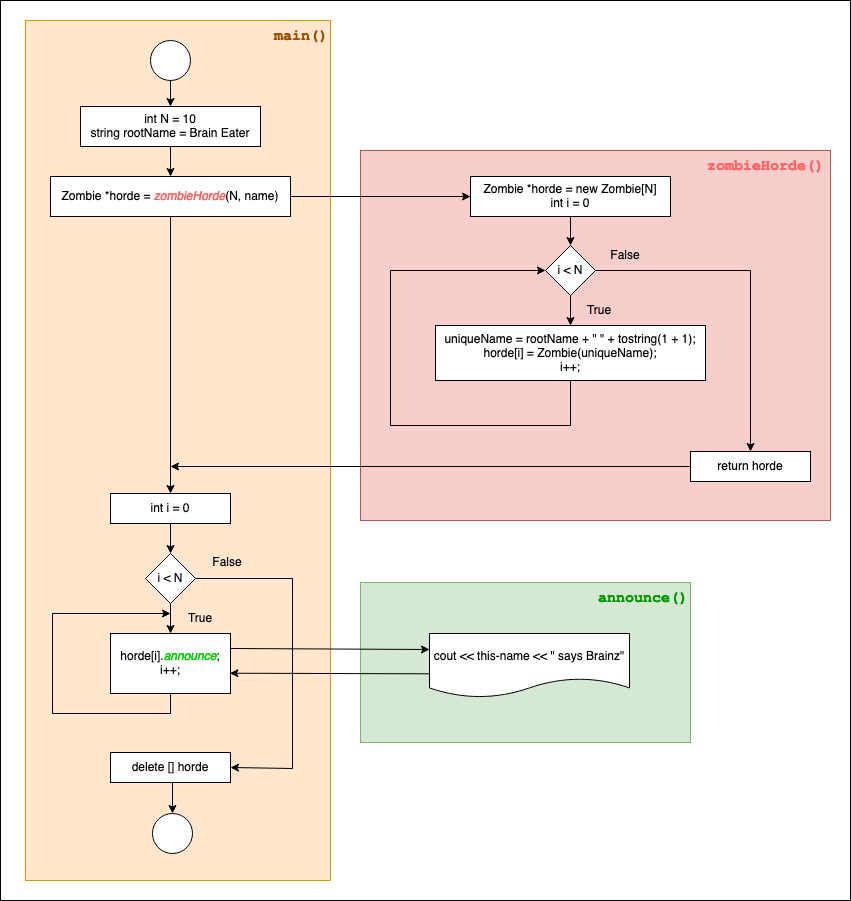
Before: cpp_01/ex01/assets/cpp01_ex01.png, a diagram exported from draw.io (ccg-v/cpp_modules). Source tidied: cells renumbered, new cells last; positions are measured from the earlier drawing's top-left corner, leaving out a move shared by most shapes.
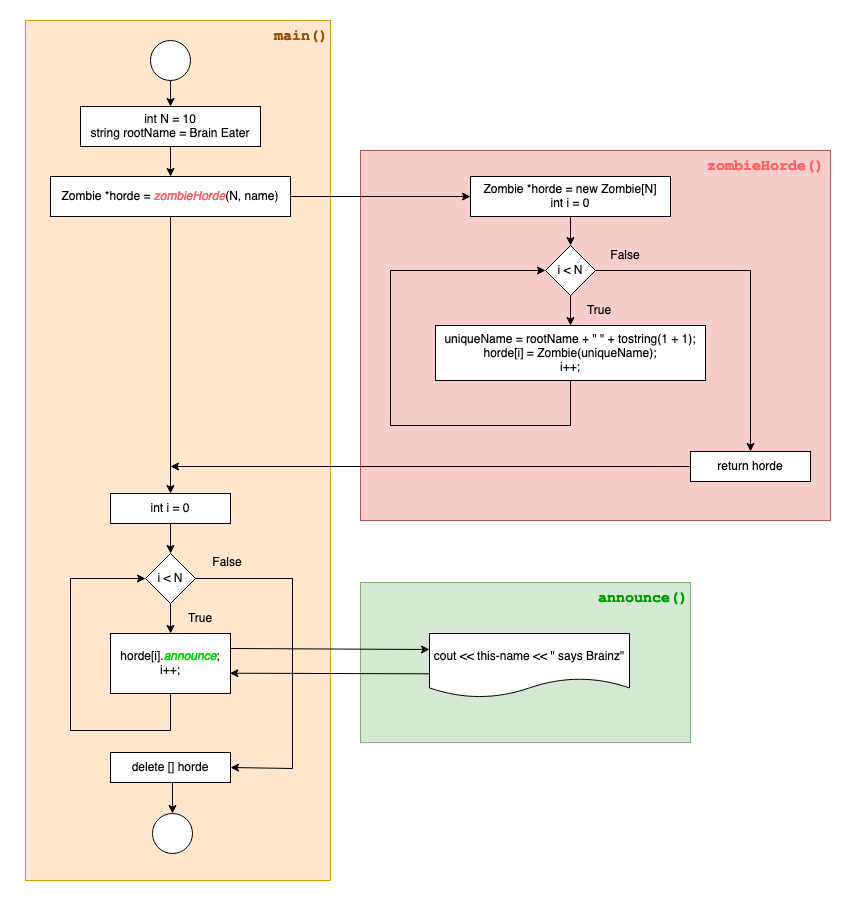
After the commit.

Commit message:
cpp01 - ex01: asset modified

Change to the diagram source:
```diff
@@ -5,7 +5,7 @@
     <mxCell id="2" style="rounded=0;whiteSpace=wrap;html=1;fillColor=#ffe6cc;strokeColor=#d79b00;" parent="1" vertex="1">
       <mxGeometry x="25" y="20" width="305" height="860" as="geometry" />
     </mxCell>
-    <mxCell id="3" style="rounded=0;whiteSpace=wrap;html=1;fillColor=none;" parent="1" vertex="1">
+    <mxCell id="3" style="rounded=0;whiteSpace=wrap;html=1;fillColor=none;strokeColor=none;" parent="1" vertex="1">
       <mxGeometry width="850" height="900" as="geometry" />
     </mxCell>
     <mxCell id="4" style="rounded=0;whiteSpace=wrap;html=1;fillColor=#d5e8d4;strokeColor=#82b366;" parent="1" vertex="1">
@@ -90,16 +90,15 @@
     <mxCell id="26" value="i &amp;lt; N" style="rhombus;whiteSpace=wrap;html=1;" parent="1" vertex="1">
       <mxGeometry x="145" y="553" width="50" height="50" as="geometry" />
     </mxCell>
-    <mxCell id="27" style="edgeStyle=orthogonalEdgeStyle;rounded=0;jettySize=auto;html=1;exitX=0.5;exitY=1;exitDx=0;exitDy=0;" parent="1" edge="1" source="28">
-      <mxGeometry relative="1" as="geometry">
-        <mxPoint x="170" y="613" as="targetPoint" />
-        <Array as="points">
-          <mxPoint x="170" y="713" />
-          <mxPoint x="52" y="713" />
-          <mxPoint x="52" y="613" />
-        </Array>
-      </mxGeometry>
-    </mxCell>
+    <mxCell id="42" style="edgeStyle=orthogonalEdgeStyle;rounded=0;jettySize=auto;html=1;entryX=0;entryY=0.5;entryDx=0;entryDy=0;" parent="1" edge="1" source="28" target="26">
+      <mxGeometry relative="1" as="geometry">
+        <Array as="points">
+          <mxPoint x="170" y="730" />
+          <mxPoint x="70" y="730" />
+          <mxPoint x="70" y="578" />
+        </Array>
+      </mxGeometry>
+    </mxCell>
     <mxCell id="28" value="&lt;div&gt;horde[i].&lt;i&gt;&lt;font color=&quot;#00cc00&quot;&gt;announce&lt;/font&gt;&lt;/i&gt;;&lt;/div&gt;&lt;div&gt;i++;&lt;br&gt;&lt;/div&gt;" style="rounded=0;whiteSpace=wrap;html=1;" parent="1" vertex="1">
       <mxGeometry x="110" y="633" width="120" height="60" as="geometry" />
     </mxCell>
```
